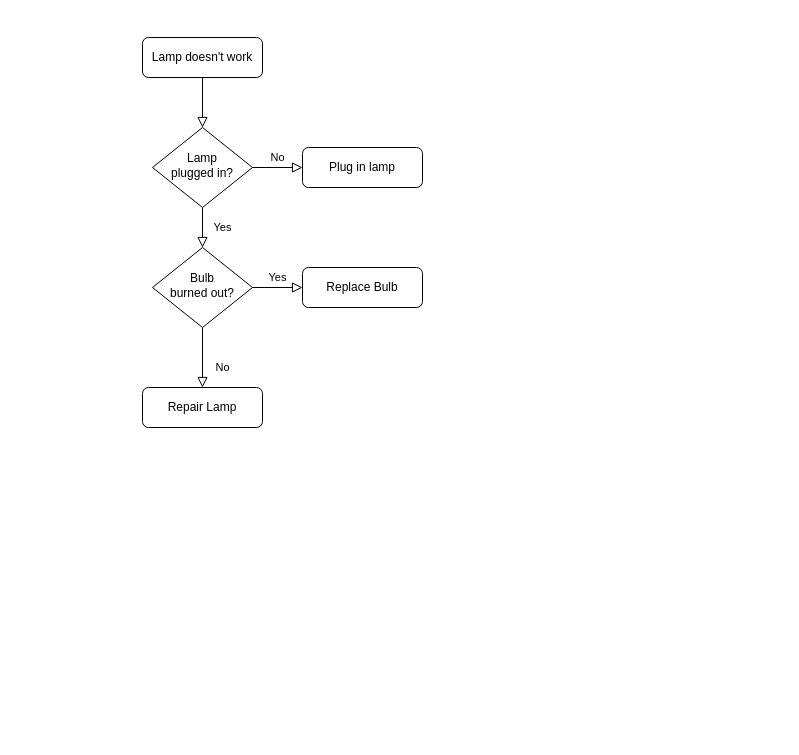
gmendozas/Various keeps this draw.io diagram as Diagrama sin título.drawio. Above is the earlier version. Source tidied: cells renumbered, new cells numbered last; positions are measured from the earlier drawing's top-left corner, leaving out a move shared by most shapes. Both pictures are drawn from the tidied source at 100%, with x=0, y=0 at pixel (142, 37).
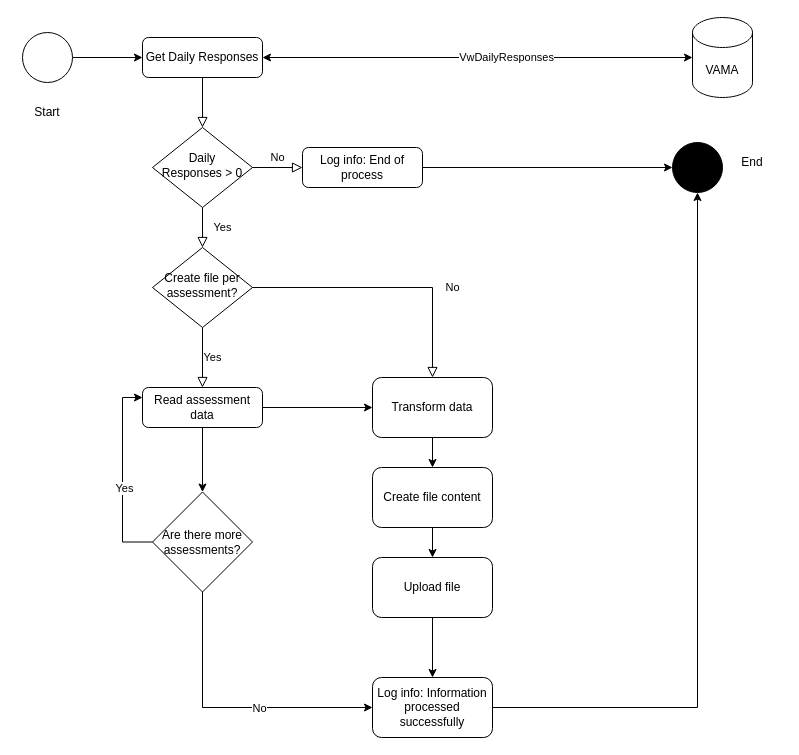
The same diagram, later.

What changed in the source:
```diff
@@
-    <mxCell id="3" value="Lamp doesn't work" style="rounded=1;whiteSpace=wrap;html=1;fontSize=12;glass=0;strokeWidth=1;shadow=0;" parent="1" vertex="1">
+    <mxCell id="3" value="Get Daily Responses" style="rounded=1;whiteSpace=wrap;html=1;fontSize=12;glass=0;strokeWidth=1;shadow=0;" parent="1" vertex="1">
       <mxGeometry width="120" height="40" as="geometry" />
     </mxCell>
@@
-    <mxCell id="6" value="Lamp&lt;br&gt;plugged in?" style="rhombus;whiteSpace=wrap;html=1;shadow=0;fontFamily=Helvetica;fontSize=12;align=center;strokeWidth=1;spacing=6;spacingTop=-4;" parent="1" vertex="1">
+    <mxCell id="6" value="Daily Responses &amp;gt; 0" style="rhombus;whiteSpace=wrap;html=1;shadow=0;fontFamily=Helvetica;fontSize=12;align=center;strokeWidth=1;spacing=6;spacingTop=-4;" parent="1" vertex="1">
       <mxGeometry x="10" y="90" width="100" height="80" as="geometry" />
     </mxCell>
+    <mxCell id="13" style="edgeStyle=orthogonalEdgeStyle;rounded=0;jettySize=auto;html=1;" parent="1" edge="1" source="7" target="19">
+      <mxGeometry relative="1" as="geometry" />
+    </mxCell>
-    <mxCell id="7" value="Plug in lamp" style="rounded=1;whiteSpace=wrap;html=1;fontSize=12;glass=0;strokeWidth=1;shadow=0;" parent="1" vertex="1">
+    <mxCell id="7" value="Log info: End of process" style="rounded=1;whiteSpace=wrap;html=1;fontSize=12;glass=0;strokeWidth=1;shadow=0;" parent="1" vertex="1">
       <mxGeometry x="160" y="110" width="120" height="40" as="geometry" />
     </mxCell>
-    <mxCell id="8" value="No" style="rounded=0;html=1;jettySize=auto;fontSize=11;endArrow=block;endFill=0;endSize=8;strokeWidth=1;shadow=0;labelBackgroundColor=none;edgeStyle=orthogonalEdgeStyle;" parent="1" edge="1" source="10" target="11">
+    <mxCell id="8" value="No" style="rounded=0;html=1;jettySize=auto;fontSize=11;endArrow=block;endFill=0;endSize=8;strokeWidth=1;shadow=0;labelBackgroundColor=none;edgeStyle=orthogonalEdgeStyle;" parent="1" edge="1" source="10" target="21">
       <mxGeometry x="0.33" y="20" relative="1" as="geometry" />
     </mxCell>
@@
-    <mxCell id="10" value="Bulb&lt;br&gt;burned out?" style="rhombus;whiteSpace=wrap;html=1;shadow=0;fontFamily=Helvetica;fontSize=12;align=center;strokeWidth=1;spacing=6;spacingTop=-4;" parent="1" vertex="1">
+    <mxCell id="10" value="Create file per assessment?" style="rhombus;whiteSpace=wrap;html=1;shadow=0;fontFamily=Helvetica;fontSize=12;align=center;strokeWidth=1;spacing=6;spacingTop=-4;" parent="1" vertex="1">
       <mxGeometry x="10" y="210" width="100" height="80" as="geometry" />
     </mxCell>
-    <mxCell id="11" value="Repair Lamp" style="rounded=1;whiteSpace=wrap;html=1;fontSize=12;glass=0;strokeWidth=1;shadow=0;" parent="1" vertex="1">
-      <mxGeometry y="350" width="120" height="40" as="geometry" />
-    </mxCell>
+    <mxCell id="14" style="edgeStyle=orthogonalEdgeStyle;rounded=0;jettySize=auto;html=1;entryX=0;entryY=0.5;entryDx=0;entryDy=0;" parent="1" edge="1" source="12" target="21">
+      <mxGeometry relative="1" as="geometry" />
+    </mxCell>
+    <mxCell id="15" style="edgeStyle=orthogonalEdgeStyle;rounded=0;jettySize=auto;html=1;entryX=0.5;entryY=0;entryDx=0;entryDy=0;" parent="1" edge="1" source="12" target="30">
+      <mxGeometry relative="1" as="geometry" />
+    </mxCell>
-    <mxCell id="12" value="Replace Bulb" style="rounded=1;whiteSpace=wrap;html=1;fontSize=12;glass=0;strokeWidth=1;shadow=0;" parent="1" vertex="1">
-      <mxGeometry x="160" y="230" width="120" height="40" as="geometry" />
+    <mxCell id="12" value="Read assessment data" style="rounded=1;whiteSpace=wrap;html=1;fontSize=12;glass=0;strokeWidth=1;shadow=0;" parent="1" vertex="1">
+      <mxGeometry y="350" width="120" height="40" as="geometry" />
     </mxCell>
+    <mxCell id="16" value="VAMA" style="shape=cylinder3;whiteSpace=wrap;html=1;boundedLbl=1;backgroundOutline=1;size=15;" parent="1" vertex="1">
+      <mxGeometry x="550" y="-20" width="60" height="80" as="geometry" />
+    </mxCell>
+    <mxCell id="17" style="endArrow=classic;startArrow=classic;html=1;rounded=0;entryX=0;entryY=0.5;entryDx=0;entryDy=0;entryPerimeter=0;exitX=1;exitY=0.5;exitDx=0;exitDy=0;" parent="1" edge="1" source="3" target="16">
+      <mxGeometry relative="1" as="geometry" />
+    </mxCell>
+    <mxCell id="18" value="VwDailyResponses" style="edgeLabel;html=1;align=center;verticalAlign=middle;" parent="17" vertex="1">
+      <mxGeometry x="0.13" y="1" relative="1" as="geometry" />
+    </mxCell>
+    <mxCell id="19" style="ellipse;whiteSpace=wrap;html=1;fillColor=#000000;" parent="1" vertex="1">
+      <mxGeometry x="530" y="105" width="50" height="50" as="geometry" />
+    </mxCell>
+    <mxCell id="20" style="edgeStyle=orthogonalEdgeStyle;rounded=0;jettySize=auto;html=1;" parent="1" edge="1" source="21" target="23">
+      <mxGeometry relative="1" as="geometry" />
+    </mxCell>
+    <mxCell id="21" value="Transform data" style="rounded=1;whiteSpace=wrap;html=1;fillColor=#FFFFFF;" parent="1" vertex="1">
+      <mxGeometry x="230" y="340" width="120" height="60" as="geometry" />
+    </mxCell>
+    <mxCell id="22" style="edgeStyle=orthogonalEdgeStyle;rounded=0;jettySize=auto;html=1;" parent="1" edge="1" source="23" target="25">
+      <mxGeometry relative="1" as="geometry" />
+    </mxCell>
+    <mxCell id="23" value="Create file content" style="rounded=1;whiteSpace=wrap;html=1;fillColor=#FFFFFF;" parent="1" vertex="1">
+      <mxGeometry x="230" y="430" width="120" height="60" as="geometry" />
+    </mxCell>
+    <mxCell id="24" style="edgeStyle=orthogonalEdgeStyle;rounded=0;jettySize=auto;html=1;" parent="1" edge="1" source="25" target="32">
+      <mxGeometry relative="1" as="geometry" />
+    </mxCell>
+    <mxCell id="25" value="Upload file" style="rounded=1;whiteSpace=wrap;html=1;fillColor=#FFFFFF;" parent="1" vertex="1">
+      <mxGeometry x="230" y="520" width="120" height="60" as="geometry" />
+    </mxCell>
+    <mxCell id="26" style="edgeStyle=orthogonalEdgeStyle;rounded=0;jettySize=auto;html=1;entryX=0;entryY=0.5;entryDx=0;entryDy=0;exitX=0.5;exitY=1;exitDx=0;exitDy=0;" parent="1" edge="1" source="30" target="32">
+      <mxGeometry relative="1" as="geometry" />
+    </mxCell>
+    <mxCell id="27" value="No" style="edgeLabel;html=1;align=center;verticalAlign=middle;" parent="26" vertex="1">
+      <mxGeometry x="0.2" relative="1" as="geometry">
+        <mxPoint x="1" as="offset" />
+      </mxGeometry>
+    </mxCell>
+    <mxCell id="28" style="edgeStyle=orthogonalEdgeStyle;rounded=0;jettySize=auto;html=1;entryX=0;entryY=0.25;entryDx=0;entryDy=0;exitX=0;exitY=0.5;exitDx=0;exitDy=0;" parent="1" edge="1" source="30" target="12">
+      <mxGeometry relative="1" as="geometry" />
+    </mxCell>
+    <mxCell id="29" value="Yes" style="edgeLabel;html=1;align=center;verticalAlign=middle;" parent="28" vertex="1">
+      <mxGeometry x="-0.14" y="-1" relative="1" as="geometry" />
+    </mxCell>
+    <mxCell id="30" value="Are there more assessments?" style="rhombus;whiteSpace=wrap;html=1;fillColor=#FFFFFF;" parent="1" vertex="1">
+      <mxGeometry x="10" y="454.5" width="100" height="100" as="geometry" />
+    </mxCell>
+    <mxCell id="31" style="edgeStyle=orthogonalEdgeStyle;rounded=0;jettySize=auto;html=1;entryX=0.5;entryY=1;entryDx=0;entryDy=0;" parent="1" edge="1" source="32" target="19">
+      <mxGeometry relative="1" as="geometry" />
+    </mxCell>
+    <mxCell id="32" value="Log info: Information processed successfully" style="rounded=1;whiteSpace=wrap;html=1;fillColor=#FFFFFF;" parent="1" vertex="1">
+      <mxGeometry x="230" y="640" width="120" height="60" as="geometry" />
+    </mxCell>
+    <mxCell id="33" style="edgeStyle=orthogonalEdgeStyle;rounded=0;jettySize=auto;html=1;entryX=0;entryY=0.5;entryDx=0;entryDy=0;" parent="1" edge="1" source="34" target="3">
+      <mxGeometry relative="1" as="geometry" />
+    </mxCell>
+    <mxCell id="34" style="ellipse;whiteSpace=wrap;html=1;fillColor=#FFFFFF;" parent="1" vertex="1">
+      <mxGeometry x="-120" y="-5" width="50" height="50" as="geometry" />
+    </mxCell>
+    <mxCell id="35" value="End" style="text;html=1;strokeColor=none;fillColor=none;align=center;verticalAlign=middle;whiteSpace=wrap;rounded=0;" parent="1" vertex="1">
+      <mxGeometry x="580" y="110" width="60" height="30" as="geometry" />
+    </mxCell>
+    <mxCell id="36" value="Start" style="text;html=1;strokeColor=none;fillColor=none;align=center;verticalAlign=middle;whiteSpace=wrap;rounded=0;" parent="1" vertex="1">
+      <mxGeometry x="-125" y="60" width="60" height="30" as="geometry" />
+    </mxCell>
```
